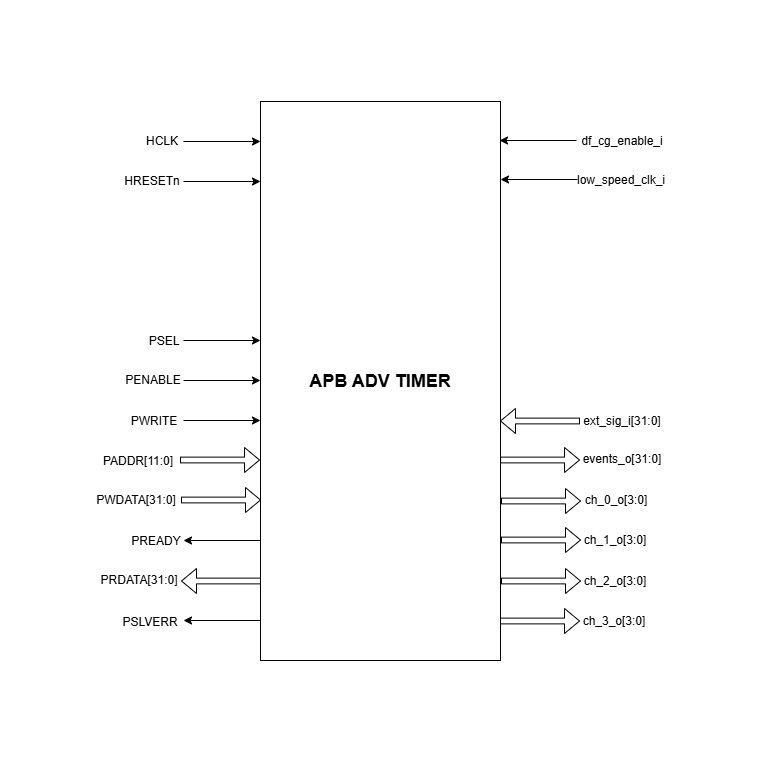
Above: docs/doc-src/ip-blocks/apb_adv_timer_pin_diagram.png in cst-rameez/core-v-mcu (draw.io), before the change. Source tidied: cells renumbered, new cells last; positions are measured from the earlier drawing's top-left corner, leaving out a move shared by most shapes. Its diagram source:
```xml
<mxGraphModel>
  <root>
    <mxCell id="0" />
    <mxCell id="1" parent="0" />
    <mxCell id="2" value="&lt;font style=&quot;font-size: 18px;&quot;&gt;&lt;b&gt;APB ADV TIMER&lt;/b&gt;&lt;/font&gt;" style="rounded=0;whiteSpace=wrap;html=1;" parent="1" vertex="1">
      <mxGeometry x="260" y="101" width="240" height="559" as="geometry" />
    </mxCell>
    <mxCell id="3" style="endArrow=classic;html=1;rounded=0;" parent="1" edge="1">
      <mxGeometry relative="1" as="geometry">
        <mxPoint x="183" y="141" as="sourcePoint" />
        <mxPoint x="260" y="141" as="targetPoint" />
      </mxGeometry>
    </mxCell>
    <mxCell id="4" style="endArrow=classic;html=1;rounded=0;" parent="1" edge="1">
      <mxGeometry relative="1" as="geometry">
        <mxPoint x="183" y="181" as="sourcePoint" />
        <mxPoint x="260" y="181" as="targetPoint" />
      </mxGeometry>
    </mxCell>
    <mxCell id="5" style="endArrow=classic;html=1;rounded=0;" parent="1" edge="1">
      <mxGeometry relative="1" as="geometry">
        <mxPoint x="183" y="340" as="sourcePoint" />
        <mxPoint x="260" y="340" as="targetPoint" />
      </mxGeometry>
    </mxCell>
    <mxCell id="6" style="endArrow=classic;html=1;rounded=0;" parent="1" edge="1">
      <mxGeometry relative="1" as="geometry">
        <mxPoint x="183" y="380" as="sourcePoint" />
        <mxPoint x="260" y="380" as="targetPoint" />
      </mxGeometry>
    </mxCell>
    <mxCell id="7" style="endArrow=classic;html=1;rounded=0;" parent="1" edge="1">
      <mxGeometry relative="1" as="geometry">
        <mxPoint x="183" y="420" as="sourcePoint" />
        <mxPoint x="260" y="420" as="targetPoint" />
      </mxGeometry>
    </mxCell>
    <mxCell id="8" style="html=1;shadow=0;dashed=0;align=center;verticalAlign=middle;shape=mxgraph.arrows2.arrow;dy=0.77;dx=15;notch=0;" parent="1" vertex="1">
      <mxGeometry x="180" y="447" width="79" height="25" as="geometry" />
    </mxCell>
    <mxCell id="9" style="html=1;shadow=0;dashed=0;align=center;verticalAlign=middle;shape=mxgraph.arrows2.arrow;dy=0.77;dx=15;notch=0;" parent="1" vertex="1">
      <mxGeometry x="181" y="487" width="79" height="25" as="geometry" />
    </mxCell>
    <mxCell id="10" style="endArrow=classic;html=1;rounded=0;" parent="1" edge="1">
      <mxGeometry relative="1" as="geometry">
        <mxPoint x="260" y="540" as="sourcePoint" />
        <mxPoint x="183" y="540" as="targetPoint" />
      </mxGeometry>
    </mxCell>
    <mxCell id="11" style="html=1;shadow=0;dashed=0;align=center;verticalAlign=middle;shape=mxgraph.arrows2.arrow;dy=0.77;dx=15;notch=0;direction=west;" parent="1" vertex="1">
      <mxGeometry x="181" y="568" width="79" height="25" as="geometry" />
    </mxCell>
    <mxCell id="12" style="endArrow=classic;html=1;rounded=0;" parent="1" edge="1">
      <mxGeometry relative="1" as="geometry">
        <mxPoint x="260" y="620" as="sourcePoint" />
        <mxPoint x="183" y="620" as="targetPoint" />
      </mxGeometry>
    </mxCell>
    <mxCell id="13" style="html=1;shadow=0;dashed=0;align=center;verticalAlign=middle;shape=mxgraph.arrows2.arrow;dy=0.77;dx=15;notch=0;" parent="1" vertex="1">
      <mxGeometry x="500" y="447" width="79" height="25" as="geometry" />
    </mxCell>
    <mxCell id="14" style="html=1;shadow=0;dashed=0;align=center;verticalAlign=middle;shape=mxgraph.arrows2.arrow;dy=0.77;dx=15;notch=0;" parent="1" vertex="1">
      <mxGeometry x="501" y="488" width="79" height="25" as="geometry" />
    </mxCell>
    <mxCell id="15" style="html=1;shadow=0;dashed=0;align=center;verticalAlign=middle;shape=mxgraph.arrows2.arrow;dy=0.77;dx=15;notch=0;" parent="1" vertex="1">
      <mxGeometry x="501" y="527" width="79" height="25" as="geometry" />
    </mxCell>
    <mxCell id="16" style="html=1;shadow=0;dashed=0;align=center;verticalAlign=middle;shape=mxgraph.arrows2.arrow;dy=0.77;dx=15;notch=0;" parent="1" vertex="1">
      <mxGeometry x="501" y="568" width="79" height="25" as="geometry" />
    </mxCell>
    <mxCell id="17" style="html=1;shadow=0;dashed=0;align=center;verticalAlign=middle;shape=mxgraph.arrows2.arrow;dy=0.77;dx=15;notch=0;" parent="1" vertex="1">
      <mxGeometry x="500" y="608" width="79" height="25" as="geometry" />
    </mxCell>
    <mxCell id="18" style="html=1;shadow=0;dashed=0;align=center;verticalAlign=middle;shape=mxgraph.arrows2.arrow;dy=0.77;dx=15;notch=0;direction=west;" parent="1" vertex="1">
      <mxGeometry x="500" y="408" width="79" height="25" as="geometry" />
    </mxCell>
    <mxCell id="19" style="endArrow=classic;html=1;rounded=0;" parent="1" edge="1">
      <mxGeometry relative="1" as="geometry">
        <mxPoint x="576" y="140" as="sourcePoint" />
        <mxPoint x="499" y="140" as="targetPoint" />
      </mxGeometry>
    </mxCell>
    <mxCell id="20" style="endArrow=classic;html=1;rounded=0;" parent="1" edge="1">
      <mxGeometry relative="1" as="geometry">
        <mxPoint x="577" y="179" as="sourcePoint" />
        <mxPoint x="500" y="179" as="targetPoint" />
      </mxGeometry>
    </mxCell>
    <mxCell id="21" value="HCLK" style="text;strokeColor=none;align=center;fillColor=none;html=1;verticalAlign=middle;whiteSpace=wrap;rounded=0;" parent="1" vertex="1">
      <mxGeometry x="132" y="126" width="60" height="30" as="geometry" />
    </mxCell>
    <mxCell id="22" value="HRESETn" style="text;strokeColor=none;align=center;fillColor=none;html=1;verticalAlign=middle;whiteSpace=wrap;rounded=0;" parent="1" vertex="1">
      <mxGeometry x="122" y="166" width="60" height="30" as="geometry" />
    </mxCell>
    <mxCell id="23" value="PSEL" style="text;strokeColor=none;align=center;fillColor=none;html=1;verticalAlign=middle;whiteSpace=wrap;rounded=0;" parent="1" vertex="1">
      <mxGeometry x="134" y="326" width="60" height="30" as="geometry" />
    </mxCell>
    <mxCell id="24" value="PENABLE" style="text;strokeColor=none;align=center;fillColor=none;html=1;verticalAlign=middle;whiteSpace=wrap;rounded=0;" parent="1" vertex="1">
      <mxGeometry x="123" y="365" width="60" height="30" as="geometry" />
    </mxCell>
    <mxCell id="25" value="PWRITE" style="text;strokeColor=none;align=center;fillColor=none;html=1;verticalAlign=middle;whiteSpace=wrap;rounded=0;" parent="1" vertex="1">
      <mxGeometry x="124" y="406" width="60" height="30" as="geometry" />
    </mxCell>
    <mxCell id="26" value="PADDR[11:0]" style="text;strokeColor=none;align=center;fillColor=none;html=1;verticalAlign=middle;whiteSpace=wrap;rounded=0;" parent="1" vertex="1">
      <mxGeometry x="100" y="446" width="76" height="30" as="geometry" />
    </mxCell>
    <mxCell id="27" value="PWDATA[3&lt;span style=&quot;background-color: transparent; color: light-dark(rgb(0, 0, 0), rgb(255, 255, 255));&quot;&gt;1:0]&lt;/span&gt;" style="text;strokeColor=none;align=center;fillColor=none;html=1;verticalAlign=middle;whiteSpace=wrap;rounded=0;" parent="1" vertex="1">
      <mxGeometry x="98" y="485" width="76" height="30" as="geometry" />
    </mxCell>
    <mxCell id="28" value="PREADY" style="text;strokeColor=none;align=center;fillColor=none;html=1;verticalAlign=middle;whiteSpace=wrap;rounded=0;" parent="1" vertex="1">
      <mxGeometry x="126" y="526" width="60" height="30" as="geometry" />
    </mxCell>
    <mxCell id="29" value="PRDATA[3&lt;span style=&quot;background-color: transparent; color: light-dark(rgb(0, 0, 0), rgb(255, 255, 255));&quot;&gt;1:0]&lt;/span&gt;" style="text;strokeColor=none;align=center;fillColor=none;html=1;verticalAlign=middle;whiteSpace=wrap;rounded=0;" parent="1" vertex="1">
      <mxGeometry x="101" y="565" width="76" height="30" as="geometry" />
    </mxCell>
    <mxCell id="30" value="PSLVERR" style="text;strokeColor=none;align=center;fillColor=none;html=1;verticalAlign=middle;whiteSpace=wrap;rounded=0;" parent="1" vertex="1">
      <mxGeometry x="120" y="607" width="60" height="30" as="geometry" />
    </mxCell>
    <mxCell id="31" value="ext_sig_i[3&lt;span style=&quot;background-color: transparent; color: light-dark(rgb(0, 0, 0), rgb(255, 255, 255));&quot;&gt;1:0]&lt;/span&gt;" style="text;strokeColor=none;align=center;fillColor=none;html=1;verticalAlign=middle;whiteSpace=wrap;rounded=0;" parent="1" vertex="1">
      <mxGeometry x="584" y="406" width="76" height="30" as="geometry" />
    </mxCell>
    <mxCell id="32" value="events_o[3&lt;span style=&quot;background-color: transparent; color: light-dark(rgb(0, 0, 0), rgb(255, 255, 255));&quot;&gt;1:0]&lt;/span&gt;" style="text;strokeColor=none;align=center;fillColor=none;html=1;verticalAlign=middle;whiteSpace=wrap;rounded=0;" parent="1" vertex="1">
      <mxGeometry x="584" y="444" width="76" height="30" as="geometry" />
    </mxCell>
    <mxCell id="33" value="ch_0_o[3&lt;span style=&quot;background-color: transparent; color: light-dark(rgb(0, 0, 0), rgb(255, 255, 255));&quot;&gt;:0]&lt;/span&gt;" style="text;strokeColor=none;align=center;fillColor=none;html=1;verticalAlign=middle;whiteSpace=wrap;rounded=0;" parent="1" vertex="1">
      <mxGeometry x="578" y="485" width="76" height="30" as="geometry" />
    </mxCell>
    <mxCell id="34" value="ch_1_o[3&lt;span style=&quot;background-color: transparent; color: light-dark(rgb(0, 0, 0), rgb(255, 255, 255));&quot;&gt;:0]&lt;/span&gt;" style="text;strokeColor=none;align=center;fillColor=none;html=1;verticalAlign=middle;whiteSpace=wrap;rounded=0;" parent="1" vertex="1">
      <mxGeometry x="577" y="525" width="76" height="30" as="geometry" />
    </mxCell>
    <mxCell id="35" value="ch_2_o[3&lt;span style=&quot;background-color: transparent; color: light-dark(rgb(0, 0, 0), rgb(255, 255, 255));&quot;&gt;:0]&lt;/span&gt;" style="text;strokeColor=none;align=center;fillColor=none;html=1;verticalAlign=middle;whiteSpace=wrap;rounded=0;" parent="1" vertex="1">
      <mxGeometry x="577" y="566" width="76" height="30" as="geometry" />
    </mxCell>
    <mxCell id="36" value="ch_3_o[3&lt;span style=&quot;background-color: transparent; color: light-dark(rgb(0, 0, 0), rgb(255, 255, 255));&quot;&gt;:0]&lt;/span&gt;" style="text;strokeColor=none;align=center;fillColor=none;html=1;verticalAlign=middle;whiteSpace=wrap;rounded=0;" parent="1" vertex="1">
      <mxGeometry x="576" y="606" width="76" height="30" as="geometry" />
    </mxCell>
    <mxCell id="37" value="df_cg_enable_i" style="text;strokeColor=none;align=center;fillColor=none;html=1;verticalAlign=middle;whiteSpace=wrap;rounded=0;" parent="1" vertex="1">
      <mxGeometry x="584" y="126" width="76" height="30" as="geometry" />
    </mxCell>
    <mxCell id="38" value="low_speed_clk_i" style="text;strokeColor=none;align=center;fillColor=none;html=1;verticalAlign=middle;whiteSpace=wrap;rounded=0;" parent="1" vertex="1">
      <mxGeometry x="583" y="165" width="76" height="30" as="geometry" />
    </mxCell>
    <mxCell id="39" style="rounded=0;whiteSpace=wrap;html=1;strokeColor=#FFFFFF;" parent="1" vertex="1">
      <mxGeometry x="290" y="700" width="120" height="60" as="geometry" />
    </mxCell>
    <mxCell id="40" style="rounded=0;whiteSpace=wrap;html=1;strokeColor=#FFFFFF;" parent="1" vertex="1">
      <mxGeometry x="270" width="120" height="60" as="geometry" />
    </mxCell>
    <mxCell id="41" style="rounded=0;whiteSpace=wrap;html=1;strokeColor=#FFFFFF;direction=south;" parent="1" vertex="1">
      <mxGeometry y="327" width="60" height="120" as="geometry" />
    </mxCell>
    <mxCell id="42" style="rounded=0;whiteSpace=wrap;html=1;strokeColor=#FFFFFF;direction=south;" parent="1" vertex="1">
      <mxGeometry x="700" y="313" width="60" height="120" as="geometry" />
    </mxCell>
  </root>
</mxGraphModel>
```
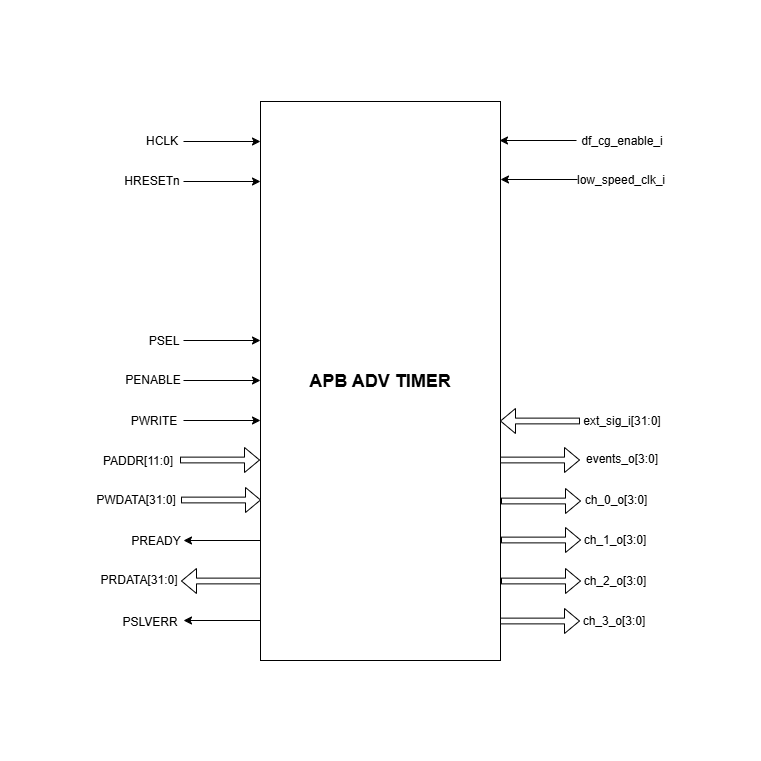
Later version of the same file.

Diff of the diagram source:
```diff
@@ -119,7 +119,7 @@
     <mxCell id="31" value="ext_sig_i[3&lt;span style=&quot;background-color: transparent; color: light-dark(rgb(0, 0, 0), rgb(255, 255, 255));&quot;&gt;1:0]&lt;/span&gt;" style="text;strokeColor=none;align=center;fillColor=none;html=1;verticalAlign=middle;whiteSpace=wrap;rounded=0;" parent="1" vertex="1">
       <mxGeometry x="584" y="406" width="76" height="30" as="geometry" />
     </mxCell>
-    <mxCell id="32" value="events_o[3&lt;span style=&quot;background-color: transparent; color: light-dark(rgb(0, 0, 0), rgb(255, 255, 255));&quot;&gt;1:0]&lt;/span&gt;" style="text;strokeColor=none;align=center;fillColor=none;html=1;verticalAlign=middle;whiteSpace=wrap;rounded=0;" parent="1" vertex="1">
+    <mxCell id="32" value="events_o[3&lt;span style=&quot;background-color: transparent; color: light-dark(rgb(0, 0, 0), rgb(255, 255, 255));&quot;&gt;:0]&lt;/span&gt;" style="text;strokeColor=none;align=center;fillColor=none;html=1;verticalAlign=middle;whiteSpace=wrap;rounded=0;" parent="1" vertex="1">
       <mxGeometry x="584" y="444" width="76" height="30" as="geometry" />
     </mxCell>
     <mxCell id="33" value="ch_0_o[3&lt;span style=&quot;background-color: transparent; color: light-dark(rgb(0, 0, 0), rgb(255, 255, 255));&quot;&gt;:0]&lt;/span&gt;" style="text;strokeColor=none;align=center;fillColor=none;html=1;verticalAlign=middle;whiteSpace=wrap;rounded=0;" parent="1" vertex="1">
```
